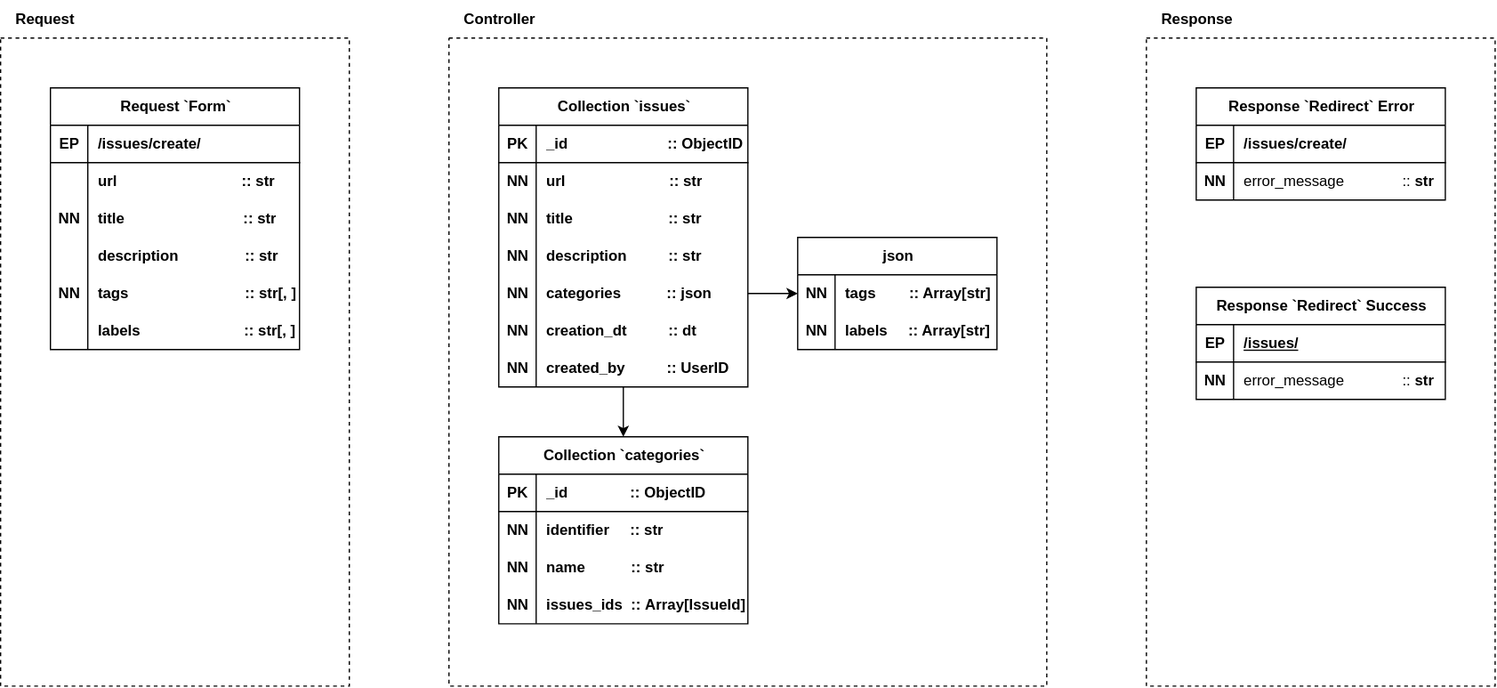
Above: contributors/issues/create/post/Diagram-Create.drawio.svg in ames0k0/Ticket (draw.io), before the change. Source tidied: cells renumbered, new cells last; positions are measured from the earlier drawing's top-left corner, leaving out a move shared by most shapes.
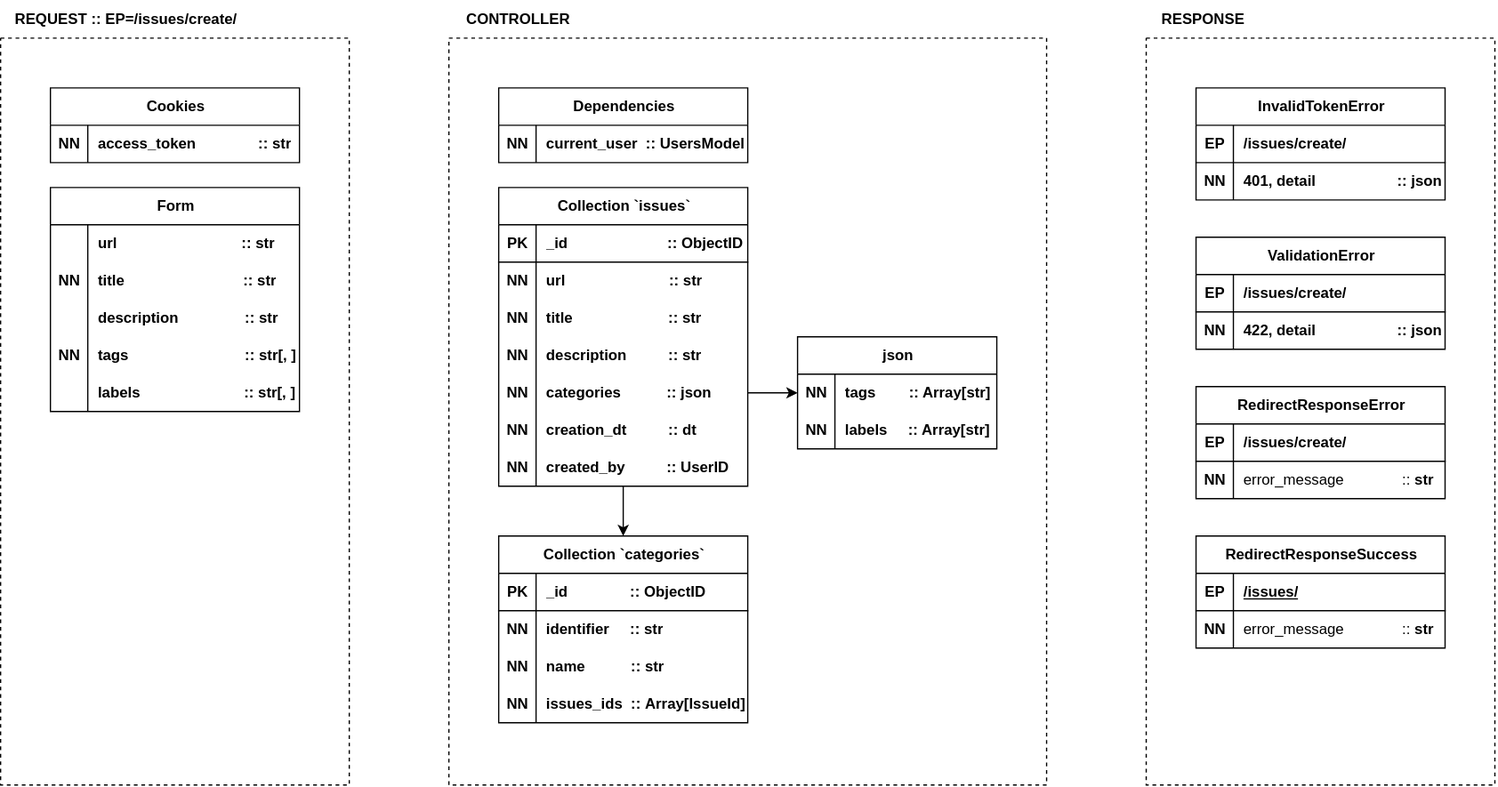
After the commit.

Commit message:
[ticket] Contributors: Issues::Create::POST

Diff of the diagram source:
```diff
@@ -2,20 +2,11 @@
   <root>
     <mxCell id="0" />
     <mxCell id="1" parent="0" />
-    <mxCell id="2" value="Request `Form`" style="shape=table;startSize=30;rowLines=0;fontStyle=1;align=center;html=1;" parent="1" vertex="1">
-      <mxGeometry x="40" y="70" width="200" height="210" as="geometry" />
+    <mxCell id="2" value="Form" style="shape=table;startSize=30;rowLines=0;fontStyle=1;align=center;html=1;" parent="1" vertex="1">
+      <mxGeometry x="40" y="70" width="200" height="180" as="geometry" />
     </mxCell>
-    <mxCell id="3" style="shape=tableRow;horizontal=0;startSize=0;swimlaneHead=0;swimlaneBody=0;fillColor=none;top=0;left=0;right=0;bottom=1;" parent="2" vertex="1">
-      <mxGeometry y="30" width="200" height="30" as="geometry" />
-    </mxCell>
-    <mxCell id="4" value="EP" style="shape=partialRectangle;fillColor=none;top=0;left=0;bottom=0;right=0;fontStyle=1;overflow=hidden;whiteSpace=wrap;html=1;" parent="3" vertex="1">
-      <mxGeometry width="30" height="30" as="geometry" />
-    </mxCell>
-    <mxCell id="5" value="/issues/create/" style="shape=partialRectangle;fillColor=none;top=0;left=0;bottom=0;right=0;align=left;spacingLeft=6;fontStyle=1;overflow=hidden;whiteSpace=wrap;html=1;" parent="3" vertex="1">
-      <mxGeometry x="30" width="170" height="30" as="geometry" />
-    </mxCell>
     <mxCell id="6" style="shape=tableRow;horizontal=0;startSize=0;swimlaneHead=0;swimlaneBody=0;fillColor=none;top=0;left=0;right=0;bottom=0;" parent="2" vertex="1">
-      <mxGeometry y="60" width="200" height="30" as="geometry" />
+      <mxGeometry y="30" width="200" height="30" as="geometry" />
     </mxCell>
     <mxCell id="7" style="shape=partialRectangle;fillColor=none;top=0;left=0;bottom=0;right=0;overflow=hidden;whiteSpace=wrap;html=1;" parent="6" vertex="1">
       <mxGeometry width="30" height="30" as="geometry" />
@@ -24,7 +15,7 @@
       <mxGeometry x="30" width="170" height="30" as="geometry" />
     </mxCell>
     <mxCell id="9" style="shape=tableRow;horizontal=0;startSize=0;swimlaneHead=0;swimlaneBody=0;fillColor=none;top=0;left=0;right=0;bottom=0;" parent="2" vertex="1">
-      <mxGeometry y="90" width="200" height="30" as="geometry" />
+      <mxGeometry y="60" width="200" height="30" as="geometry" />
     </mxCell>
     <mxCell id="10" value="&lt;b&gt;NN&lt;/b&gt;" style="shape=partialRectangle;fillColor=none;top=0;left=0;bottom=0;right=0;overflow=hidden;whiteSpace=wrap;html=1;" parent="9" vertex="1">
       <mxGeometry width="30" height="30" as="geometry" />
@@ -33,7 +24,7 @@
       <mxGeometry x="30" width="170" height="30" as="geometry" />
     </mxCell>
     <mxCell id="12" style="shape=tableRow;horizontal=0;startSize=0;swimlaneHead=0;swimlaneBody=0;fillColor=none;top=0;left=0;right=0;bottom=0;" parent="2" vertex="1">
-      <mxGeometry y="120" width="200" height="30" as="geometry" />
+      <mxGeometry y="90" width="200" height="30" as="geometry" />
     </mxCell>
     <mxCell id="13" style="shape=partialRectangle;fillColor=none;top=0;left=0;bottom=0;right=0;overflow=hidden;whiteSpace=wrap;html=1;" parent="12" vertex="1">
       <mxGeometry width="30" height="30" as="geometry" />
@@ -42,7 +33,7 @@
       <mxGeometry x="30" width="170" height="30" as="geometry" />
     </mxCell>
     <mxCell id="15" style="shape=tableRow;horizontal=0;startSize=0;swimlaneHead=0;swimlaneBody=0;fillColor=none;top=0;left=0;right=0;bottom=0;" parent="2" vertex="1">
-      <mxGeometry y="150" width="200" height="30" as="geometry" />
+      <mxGeometry y="120" width="200" height="30" as="geometry" />
     </mxCell>
     <mxCell id="16" value="&lt;b&gt;NN&lt;/b&gt;" style="shape=partialRectangle;fillColor=none;top=0;left=0;bottom=0;right=0;overflow=hidden;whiteSpace=wrap;html=1;" parent="15" vertex="1">
       <mxGeometry width="30" height="30" as="geometry" />
@@ -51,7 +42,7 @@
       <mxGeometry x="30" width="170" height="30" as="geometry" />
     </mxCell>
     <mxCell id="18" style="shape=tableRow;horizontal=0;startSize=0;swimlaneHead=0;swimlaneBody=0;fillColor=none;top=0;left=0;right=0;bottom=0;" parent="2" vertex="1">
-      <mxGeometry y="180" width="200" height="30" as="geometry" />
+      <mxGeometry y="150" width="200" height="30" as="geometry" />
     </mxCell>
     <mxCell id="19" style="shape=partialRectangle;fillColor=none;top=0;left=0;bottom=0;right=0;overflow=hidden;whiteSpace=wrap;html=1;" parent="18" vertex="1">
       <mxGeometry width="30" height="30" as="geometry" />
@@ -191,8 +182,8 @@
     <mxCell id="64" value="&lt;b&gt;issues_ids&amp;nbsp; ::&amp;nbsp;Array[IssueId]&lt;/b&gt;" style="shape=partialRectangle;fillColor=none;top=0;left=0;bottom=0;right=0;align=left;spacingLeft=6;overflow=hidden;whiteSpace=wrap;html=1;" parent="62" vertex="1">
       <mxGeometry x="30" width="170" height="30" as="geometry" />
     </mxCell>
-    <mxCell id="65" value="Response `Redirect` Error" style="shape=table;startSize=30;rowLines=0;fontStyle=1;align=center;html=1;" parent="1" vertex="1">
-      <mxGeometry x="960" y="70" width="200" height="90" as="geometry" />
+    <mxCell id="65" value="RedirectResponseError" style="shape=table;startSize=30;rowLines=0;fontStyle=1;align=center;html=1;" parent="1" vertex="1">
+      <mxGeometry x="960" y="230" width="200" height="90" as="geometry" />
     </mxCell>
     <mxCell id="66" style="shape=tableRow;horizontal=0;startSize=0;swimlaneHead=0;swimlaneBody=0;fillColor=none;top=0;left=0;right=0;bottom=1;" parent="65" vertex="1">
       <mxGeometry y="30" width="200" height="30" as="geometry" />
@@ -212,8 +203,8 @@
     <mxCell id="71" value="error_message&amp;nbsp;&amp;nbsp;&amp;nbsp;&amp;nbsp; &amp;nbsp; &amp;nbsp; &amp;nbsp; &amp;nbsp; &amp;nbsp;:: &lt;b&gt;str&lt;/b&gt;" style="shape=partialRectangle;fillColor=none;top=0;left=0;bottom=0;right=0;align=left;spacingLeft=6;overflow=hidden;whiteSpace=wrap;html=1;" parent="69" vertex="1">
       <mxGeometry x="30" width="170" height="30" as="geometry" />
     </mxCell>
-    <mxCell id="72" value="Response `Redirect` Success" style="shape=table;startSize=30;rowLines=0;fontStyle=1;align=center;html=1;" parent="1" vertex="1">
-      <mxGeometry x="960" y="230" width="200" height="90" as="geometry" />
+    <mxCell id="72" value="RedirectResponseSuccess" style="shape=table;startSize=30;rowLines=0;fontStyle=1;align=center;html=1;" parent="1" vertex="1">
+      <mxGeometry x="960" y="350" width="200" height="90" as="geometry" />
     </mxCell>
     <mxCell id="73" style="shape=tableRow;horizontal=0;startSize=0;swimlaneHead=0;swimlaneBody=0;fillColor=none;top=0;left=0;right=0;bottom=1;" parent="72" vertex="1">
       <mxGeometry y="30" width="200" height="30" as="geometry" />
@@ -235,10 +226,10 @@
     </mxCell>
     <mxCell id="79" style="endArrow=none;dashed=1;html=1;rounded=0;" parent="1" edge="1">
       <mxGeometry relative="1" as="geometry">
-        <mxPoint y="30" as="sourcePoint" />
-        <mxPoint y="30" as="targetPoint" />
+        <mxPoint y="-50" as="sourcePoint" />
+        <mxPoint y="-50" as="targetPoint" />
         <Array as="points">
-          <mxPoint x="280" y="30" />
+          <mxPoint x="280" y="-50" />
           <mxPoint x="280" y="550" />
           <mxPoint y="550" />
         </Array>
@@ -246,34 +237,100 @@
     </mxCell>
     <mxCell id="80" style="endArrow=none;dashed=1;html=1;rounded=0;" parent="1" edge="1">
       <mxGeometry relative="1" as="geometry">
-        <mxPoint x="360" y="30" as="sourcePoint" />
-        <mxPoint x="360" y="30" as="targetPoint" />
+        <mxPoint x="360" y="-50" as="sourcePoint" />
+        <mxPoint x="360" y="-50" as="targetPoint" />
         <Array as="points">
-          <mxPoint x="840" y="30" />
+          <mxPoint x="840" y="-50" />
           <mxPoint x="840" y="550" />
           <mxPoint x="360" y="550" />
         </Array>
       </mxGeometry>
     </mxCell>
-    <mxCell id="81" value="Controller" style="text;html=1;align=center;verticalAlign=middle;strokeColor=none;fillColor=none;fontStyle=1;" parent="1" vertex="1">
-      <mxGeometry x="360" width="80" height="30" as="geometry" />
-    </mxCell>
-    <mxCell id="82" value="Request" style="text;html=1;align=center;verticalAlign=middle;strokeColor=none;fillColor=none;fontStyle=1;" parent="1" vertex="1">
-      <mxGeometry width="70" height="30" as="geometry" />
+    <mxCell id="82" value="REQUEST :: EP=&lt;span style=&quot;text-align: left; text-wrap-mode: wrap;&quot;&gt;/issues/create/&lt;/span&gt;" style="text;html=1;align=center;verticalAlign=middle;strokeColor=none;fillColor=none;fontStyle=1;" parent="1" vertex="1">
+      <mxGeometry y="-80" width="200" height="30" as="geometry" />
     </mxCell>
     <mxCell id="83" style="endArrow=none;dashed=1;html=1;rounded=0;" parent="1" edge="1">
       <mxGeometry relative="1" as="geometry">
-        <mxPoint x="920" y="30" as="sourcePoint" />
-        <mxPoint x="920" y="30" as="targetPoint" />
+        <mxPoint x="920" y="-50" as="sourcePoint" />
+        <mxPoint x="920" y="-50" as="targetPoint" />
         <Array as="points">
-          <mxPoint x="1200" y="30" />
+          <mxPoint x="1200" y="-50" />
           <mxPoint x="1200" y="550" />
           <mxPoint x="920" y="550" />
         </Array>
       </mxGeometry>
     </mxCell>
-    <mxCell id="84" value="Response" style="text;html=1;align=center;verticalAlign=middle;strokeColor=none;fillColor=none;fontStyle=1;" parent="1" vertex="1">
-      <mxGeometry x="920" width="80" height="30" as="geometry" />
-    </mxCell>
+    <mxCell id="85" value="CONTROLLER" style="text;html=1;align=center;verticalAlign=middle;strokeColor=none;fillColor=none;fontStyle=1;" parent="1" vertex="1">
+      <mxGeometry x="360" y="-80" width="110" height="30" as="geometry" />
+    </mxCell>
+    <mxCell id="86" value="&lt;span style=&quot;&quot;&gt;&lt;b&gt;RESPONSE&lt;/b&gt;&lt;/span&gt;" style="text;html=1;align=center;verticalAlign=middle;strokeColor=none;fillColor=none;fontStyle=0;" parent="1" vertex="1">
+      <mxGeometry x="920" y="-80" width="90" height="30" as="geometry" />
+    </mxCell>
+    <mxCell id="87" value="Cookies" style="shape=table;startSize=30;rowLines=0;fontStyle=1;align=center;html=1;" parent="1" vertex="1">
+      <mxGeometry x="40" y="-10" width="200" height="60" as="geometry" />
+    </mxCell>
+    <mxCell id="88" style="shape=tableRow;horizontal=0;startSize=0;swimlaneHead=0;swimlaneBody=0;fillColor=none;top=0;left=0;right=0;bottom=0;" parent="87" vertex="1">
+      <mxGeometry y="30" width="200" height="30" as="geometry" />
+    </mxCell>
+    <mxCell id="89" value="&lt;b&gt;NN&lt;/b&gt;" style="shape=partialRectangle;fillColor=none;top=0;left=0;bottom=0;right=0;overflow=hidden;whiteSpace=wrap;html=1;" parent="88" vertex="1">
+      <mxGeometry width="30" height="30" as="geometry" />
+    </mxCell>
+    <mxCell id="90" value="access_token&amp;nbsp; &amp;nbsp; &amp;nbsp; &amp;nbsp; &amp;nbsp; &amp;nbsp; &amp;nbsp; &amp;nbsp;:: str" style="shape=partialRectangle;fillColor=none;top=0;left=0;bottom=0;right=0;align=left;spacingLeft=6;overflow=hidden;whiteSpace=wrap;html=1;fontStyle=1;" parent="88" vertex="1">
+      <mxGeometry x="30" width="170" height="30" as="geometry" />
+    </mxCell>
+    <mxCell id="91" value="Dependencies" style="shape=table;startSize=30;rowLines=0;fontStyle=1;align=center;html=1;" parent="1" vertex="1">
+      <mxGeometry x="400" y="-10" width="200" height="60" as="geometry" />
+    </mxCell>
+    <mxCell id="92" style="shape=tableRow;horizontal=0;startSize=0;swimlaneHead=0;swimlaneBody=0;fillColor=none;top=0;left=0;right=0;bottom=0;" parent="91" vertex="1">
+      <mxGeometry y="30" width="200" height="30" as="geometry" />
+    </mxCell>
+    <mxCell id="93" value="&lt;b&gt;NN&lt;/b&gt;" style="shape=partialRectangle;fillColor=none;top=0;left=0;bottom=0;right=0;overflow=hidden;whiteSpace=wrap;html=1;" parent="92" vertex="1">
+      <mxGeometry width="30" height="30" as="geometry" />
+    </mxCell>
+    <mxCell id="94" value="current_user&amp;nbsp; :: UsersModel" style="shape=partialRectangle;fillColor=none;top=0;left=0;bottom=0;right=0;align=left;spacingLeft=6;overflow=hidden;whiteSpace=wrap;html=1;fontStyle=1;" parent="92" vertex="1">
+      <mxGeometry x="30" width="170" height="30" as="geometry" />
+    </mxCell>
+    <mxCell id="95" value="InvalidTokenError" style="shape=table;startSize=30;rowLines=0;fontStyle=1;align=center;html=1;" parent="1" vertex="1">
+      <mxGeometry x="960" y="-10" width="200" height="90" as="geometry" />
+    </mxCell>
+    <mxCell id="96" style="shape=tableRow;horizontal=0;startSize=0;swimlaneHead=0;swimlaneBody=0;fillColor=none;top=0;left=0;right=0;bottom=1;" parent="95" vertex="1">
+      <mxGeometry y="30" width="200" height="30" as="geometry" />
+    </mxCell>
+    <mxCell id="97" value="EP" style="shape=partialRectangle;fillColor=none;top=0;left=0;bottom=0;right=0;fontStyle=1;overflow=hidden;whiteSpace=wrap;html=1;" parent="96" vertex="1">
+      <mxGeometry width="30" height="30" as="geometry" />
+    </mxCell>
+    <mxCell id="98" value="/issues/create/" style="shape=partialRectangle;fillColor=none;top=0;left=0;bottom=0;right=0;align=left;spacingLeft=6;fontStyle=1;overflow=hidden;whiteSpace=wrap;html=1;" parent="96" vertex="1">
+      <mxGeometry x="30" width="170" height="30" as="geometry" />
+    </mxCell>
+    <mxCell id="99" style="shape=tableRow;horizontal=0;startSize=0;swimlaneHead=0;swimlaneBody=0;fillColor=none;top=0;left=0;right=0;bottom=0;" parent="95" vertex="1">
+      <mxGeometry y="60" width="200" height="30" as="geometry" />
+    </mxCell>
+    <mxCell id="100" value="&lt;b&gt;NN&lt;/b&gt;" style="shape=partialRectangle;fillColor=none;top=0;left=0;bottom=0;right=0;overflow=hidden;whiteSpace=wrap;html=1;" parent="99" vertex="1">
+      <mxGeometry width="30" height="30" as="geometry" />
+    </mxCell>
+    <mxCell id="101" value="401, detail&amp;nbsp; &amp;nbsp; &amp;nbsp; &amp;nbsp; &amp;nbsp; &amp;nbsp; &amp;nbsp; &lt;span style=&quot;white-space: pre;&quot;&gt;&#9;&lt;/span&gt;&amp;nbsp; &amp;nbsp; &amp;nbsp;:: &lt;span&gt;json&lt;/span&gt;" style="shape=partialRectangle;fillColor=none;top=0;left=0;bottom=0;right=0;align=left;spacingLeft=6;overflow=hidden;whiteSpace=wrap;html=1;fontStyle=1;" parent="99" vertex="1">
+      <mxGeometry x="30" width="170" height="30" as="geometry" />
+    </mxCell>
+    <mxCell id="102" value="ValidationError" style="shape=table;startSize=30;rowLines=0;fontStyle=1;align=center;html=1;" parent="1" vertex="1">
+      <mxGeometry x="960" y="110" width="200" height="90" as="geometry" />
+    </mxCell>
+    <mxCell id="103" style="shape=tableRow;horizontal=0;startSize=0;swimlaneHead=0;swimlaneBody=0;fillColor=none;top=0;left=0;right=0;bottom=1;" parent="102" vertex="1">
+      <mxGeometry y="30" width="200" height="30" as="geometry" />
+    </mxCell>
+    <mxCell id="104" value="EP" style="shape=partialRectangle;fillColor=none;top=0;left=0;bottom=0;right=0;fontStyle=1;overflow=hidden;whiteSpace=wrap;html=1;" parent="103" vertex="1">
+      <mxGeometry width="30" height="30" as="geometry" />
+    </mxCell>
+    <mxCell id="105" value="/issues/create/" style="shape=partialRectangle;fillColor=none;top=0;left=0;bottom=0;right=0;align=left;spacingLeft=6;fontStyle=1;overflow=hidden;whiteSpace=wrap;html=1;" parent="103" vertex="1">
+      <mxGeometry x="30" width="170" height="30" as="geometry" />
+    </mxCell>
+    <mxCell id="106" style="shape=tableRow;horizontal=0;startSize=0;swimlaneHead=0;swimlaneBody=0;fillColor=none;top=0;left=0;right=0;bottom=0;" parent="102" vertex="1">
+      <mxGeometry y="60" width="200" height="30" as="geometry" />
+    </mxCell>
+    <mxCell id="107" value="&lt;b&gt;NN&lt;/b&gt;" style="shape=partialRectangle;fillColor=none;top=0;left=0;bottom=0;right=0;overflow=hidden;whiteSpace=wrap;html=1;" parent="106" vertex="1">
+      <mxGeometry width="30" height="30" as="geometry" />
+    </mxCell>
+    <mxCell id="108" value="422, detail&amp;nbsp; &amp;nbsp; &amp;nbsp; &amp;nbsp; &amp;nbsp; &amp;nbsp; &amp;nbsp;&amp;nbsp;&lt;span style=&quot;white-space: pre;&quot;&gt;&#9;&lt;/span&gt;&amp;nbsp; &amp;nbsp; &amp;nbsp;::&amp;nbsp;json" style="shape=partialRectangle;fillColor=none;top=0;left=0;bottom=0;right=0;align=left;spacingLeft=6;overflow=hidden;whiteSpace=wrap;html=1;fontStyle=1;" parent="106" vertex="1">
+      <mxGeometry x="30" width="170" height="30" as="geometry" />
+    </mxCell>
   </root>
 </mxGraphModel>
```
